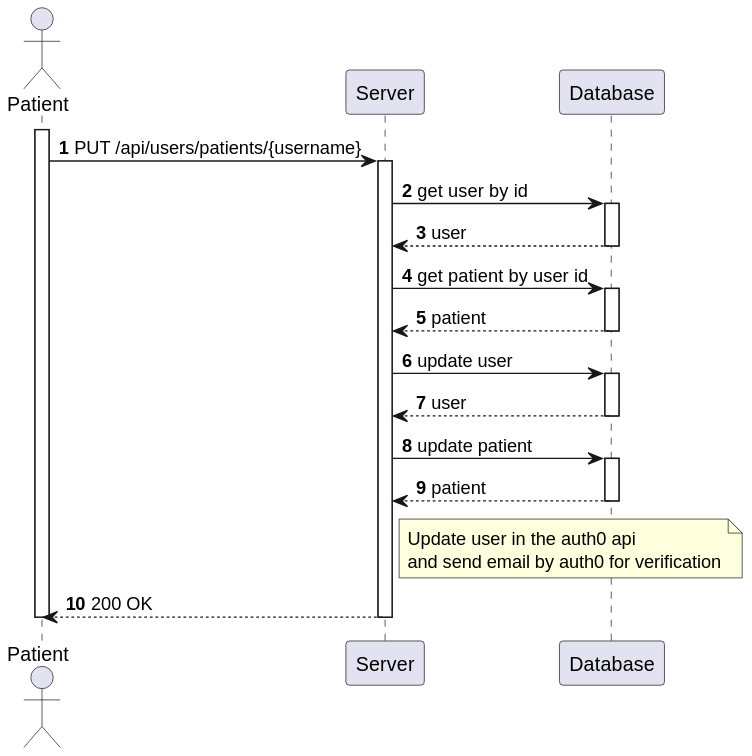
Earlier version of the PlantUML export docs/sprint-a/us-5.1.4/views/level3/process-view.svg (1220846/sem5pi-24-25-3ddg20).
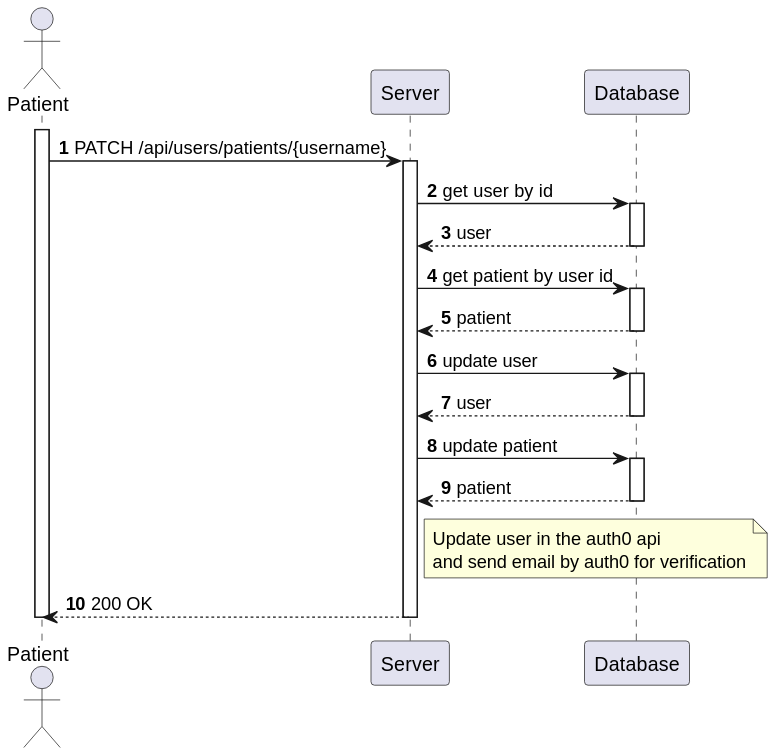
Later version of the same file.

Diff of the diagram source:
```diff
@@ -7,7 +7,7 @@
 
 activate Patient
 
-    Patient-> Server : PUT /api/users/patients/{username}
+    Patient-> Server : PATCH /api/users/patients/{username}
 
     activate Server
 
```
